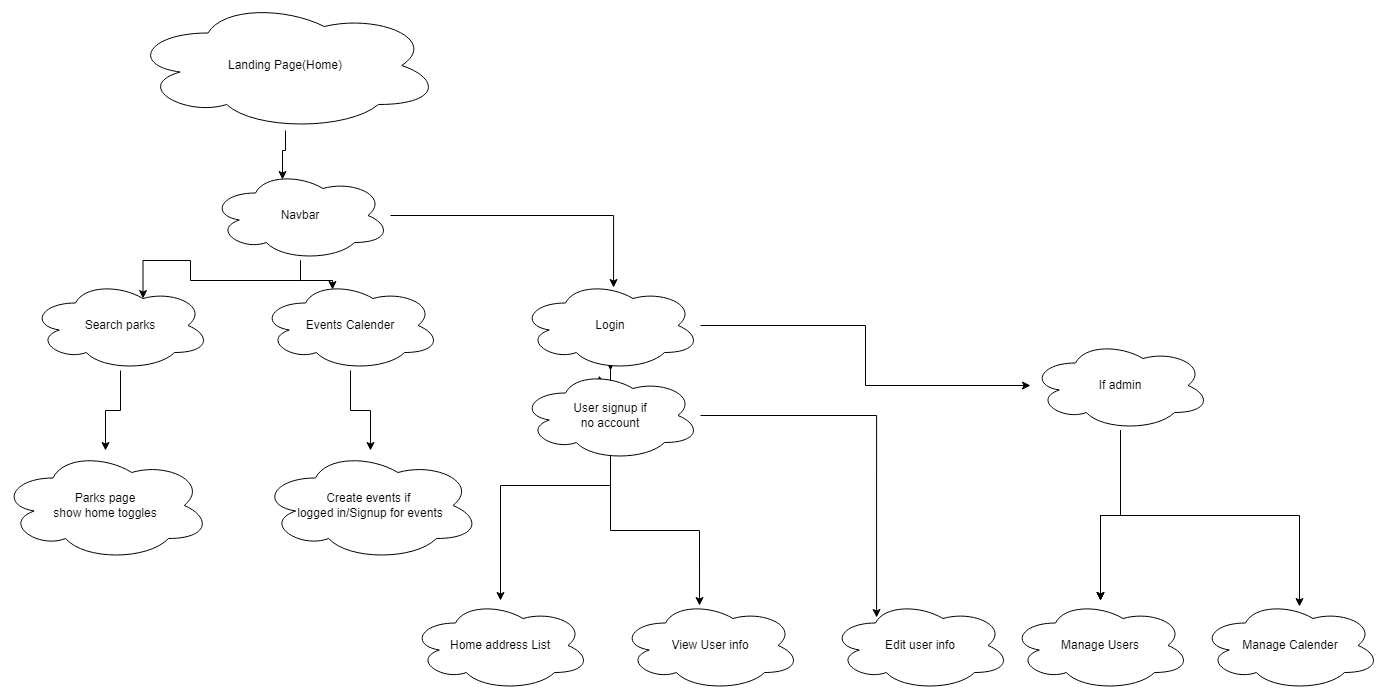
This is assets/ParkPioneer.png from AustinBByrd/ParkPioneer, a draw.io export, as it was before one commit. Source tidied: cells renumbered, new cells last; positions are measured from the earlier drawing's top-left corner, leaving out a move shared by most shapes.
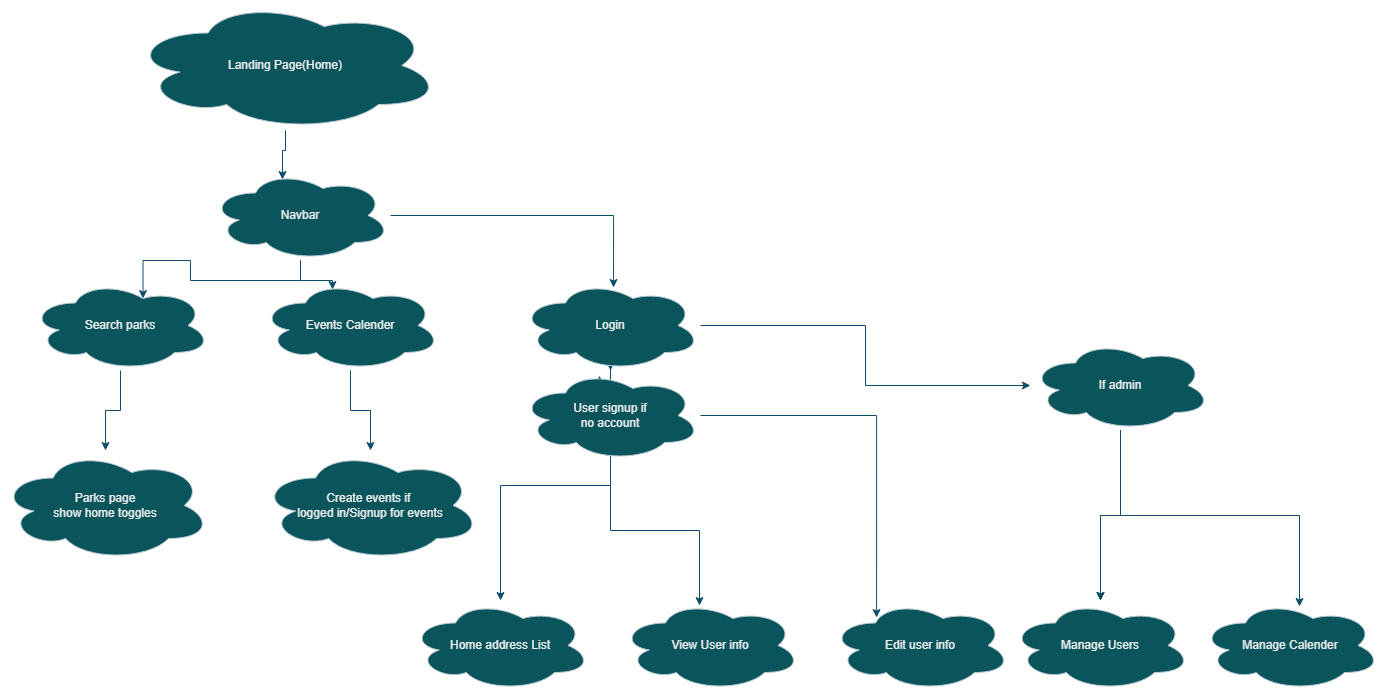
The same diagram one commit later.

Change to the diagram source:
```diff
@@ -2,94 +2,94 @@
   <root>
     <mxCell id="0" />
     <mxCell id="1" parent="0" />
-    <mxCell id="2" value="Landing Page(Home)" style="ellipse;shape=cloud;whiteSpace=wrap;html=1;" parent="1" vertex="1">
+    <mxCell id="2" value="Landing Page(Home)" style="ellipse;shape=cloud;whiteSpace=wrap;html=1;labelBackgroundColor=none;fillColor=#09555B;strokeColor=#BAC8D3;fontColor=#EEEEEE;" parent="1" vertex="1">
       <mxGeometry x="130" width="310" height="130" as="geometry" />
     </mxCell>
-    <mxCell id="3" value="Navbar" style="ellipse;shape=cloud;whiteSpace=wrap;html=1;" parent="1" vertex="1">
+    <mxCell id="3" value="Navbar" style="ellipse;shape=cloud;whiteSpace=wrap;html=1;labelBackgroundColor=none;fillColor=#09555B;strokeColor=#BAC8D3;fontColor=#EEEEEE;" parent="1" vertex="1">
       <mxGeometry x="210" y="170" width="180" height="90" as="geometry" />
     </mxCell>
-    <mxCell id="4" style="edgeStyle=orthogonalEdgeStyle;rounded=0;jettySize=auto;html=1;" parent="1" edge="1" source="5" target="27">
+    <mxCell id="4" style="edgeStyle=orthogonalEdgeStyle;rounded=0;jettySize=auto;html=1;labelBackgroundColor=none;strokeColor=#0B4D6A;fontColor=default;" parent="1" edge="1" source="5" target="27">
       <mxGeometry relative="1" as="geometry" />
     </mxCell>
-    <mxCell id="5" value="Search parks" style="ellipse;shape=cloud;whiteSpace=wrap;html=1;" parent="1" vertex="1">
+    <mxCell id="5" value="Search parks" style="ellipse;shape=cloud;whiteSpace=wrap;html=1;labelBackgroundColor=none;fillColor=#09555B;strokeColor=#BAC8D3;fontColor=#EEEEEE;" parent="1" vertex="1">
       <mxGeometry x="30" y="280" width="180" height="90" as="geometry" />
     </mxCell>
-    <mxCell id="6" style="edgeStyle=orthogonalEdgeStyle;rounded=0;jettySize=auto;html=1;" parent="1" edge="1" source="9" target="10">
+    <mxCell id="6" style="edgeStyle=orthogonalEdgeStyle;rounded=0;jettySize=auto;html=1;labelBackgroundColor=none;strokeColor=#0B4D6A;fontColor=default;" parent="1" edge="1" source="9" target="10">
       <mxGeometry relative="1" as="geometry" />
     </mxCell>
-    <mxCell id="7" style="edgeStyle=orthogonalEdgeStyle;rounded=0;jettySize=auto;html=1;" parent="1" edge="1" source="9" target="23">
+    <mxCell id="7" style="edgeStyle=orthogonalEdgeStyle;rounded=0;jettySize=auto;html=1;labelBackgroundColor=none;strokeColor=#0B4D6A;fontColor=default;" parent="1" edge="1" source="9" target="23">
       <mxGeometry relative="1" as="geometry" />
     </mxCell>
-    <mxCell id="8" style="edgeStyle=orthogonalEdgeStyle;rounded=0;jettySize=auto;html=1;" parent="1" edge="1" source="9" target="30">
+    <mxCell id="8" style="edgeStyle=orthogonalEdgeStyle;rounded=0;jettySize=auto;html=1;labelBackgroundColor=none;strokeColor=#0B4D6A;fontColor=default;" parent="1" edge="1" source="9" target="30">
       <mxGeometry relative="1" as="geometry" />
     </mxCell>
-    <mxCell id="9" value="Login" style="ellipse;shape=cloud;whiteSpace=wrap;html=1;" parent="1" vertex="1">
+    <mxCell id="9" value="Login" style="ellipse;shape=cloud;whiteSpace=wrap;html=1;labelBackgroundColor=none;fillColor=#09555B;strokeColor=#BAC8D3;fontColor=#EEEEEE;" parent="1" vertex="1">
       <mxGeometry x="520" y="280" width="180" height="90" as="geometry" />
     </mxCell>
-    <mxCell id="10" value="Home address List" style="ellipse;shape=cloud;whiteSpace=wrap;html=1;" parent="1" vertex="1">
+    <mxCell id="10" value="Home address List" style="ellipse;shape=cloud;whiteSpace=wrap;html=1;labelBackgroundColor=none;fillColor=#09555B;strokeColor=#BAC8D3;fontColor=#EEEEEE;" parent="1" vertex="1">
       <mxGeometry x="410" y="600" width="180" height="90" as="geometry" />
     </mxCell>
-    <mxCell id="11" value="View User info" style="ellipse;shape=cloud;whiteSpace=wrap;html=1;" parent="1" vertex="1">
+    <mxCell id="11" value="View User info" style="ellipse;shape=cloud;whiteSpace=wrap;html=1;labelBackgroundColor=none;fillColor=#09555B;strokeColor=#BAC8D3;fontColor=#EEEEEE;" parent="1" vertex="1">
       <mxGeometry x="620" y="600" width="180" height="90" as="geometry" />
     </mxCell>
-    <mxCell id="12" value="Edit user info" style="ellipse;shape=cloud;whiteSpace=wrap;html=1;" parent="1" vertex="1">
+    <mxCell id="12" value="Edit user info" style="ellipse;shape=cloud;whiteSpace=wrap;html=1;labelBackgroundColor=none;fillColor=#09555B;strokeColor=#BAC8D3;fontColor=#EEEEEE;" parent="1" vertex="1">
       <mxGeometry x="830" y="600" width="180" height="90" as="geometry" />
     </mxCell>
-    <mxCell id="13" style="edgeStyle=orthogonalEdgeStyle;rounded=0;jettySize=auto;html=1;" parent="1" edge="1" source="14" target="28">
+    <mxCell id="13" style="edgeStyle=orthogonalEdgeStyle;rounded=0;jettySize=auto;html=1;labelBackgroundColor=none;strokeColor=#0B4D6A;fontColor=default;" parent="1" edge="1" source="14" target="28">
       <mxGeometry relative="1" as="geometry" />
     </mxCell>
-    <mxCell id="14" value="Events Calender" style="ellipse;shape=cloud;whiteSpace=wrap;html=1;" parent="1" vertex="1">
+    <mxCell id="14" value="Events Calender" style="ellipse;shape=cloud;whiteSpace=wrap;html=1;labelBackgroundColor=none;fillColor=#09555B;strokeColor=#BAC8D3;fontColor=#EEEEEE;" parent="1" vertex="1">
       <mxGeometry x="260" y="280" width="180" height="90" as="geometry" />
     </mxCell>
-    <mxCell id="15" style="edgeStyle=orthogonalEdgeStyle;rounded=0;jettySize=auto;html=1;entryX=0.4;entryY=0.1;entryDx=0;entryDy=0;entryPerimeter=0;" parent="1" edge="1" source="2" target="3">
+    <mxCell id="15" style="edgeStyle=orthogonalEdgeStyle;rounded=0;jettySize=auto;html=1;entryX=0.4;entryY=0.1;entryDx=0;entryDy=0;entryPerimeter=0;labelBackgroundColor=none;strokeColor=#0B4D6A;fontColor=default;" parent="1" edge="1" source="2" target="3">
       <mxGeometry relative="1" as="geometry" />
     </mxCell>
-    <mxCell id="16" style="edgeStyle=orthogonalEdgeStyle;rounded=0;jettySize=auto;html=1;entryX=0.625;entryY=0.2;entryDx=0;entryDy=0;entryPerimeter=0;" parent="1" edge="1" source="3" target="5">
+    <mxCell id="16" style="edgeStyle=orthogonalEdgeStyle;rounded=0;jettySize=auto;html=1;entryX=0.625;entryY=0.2;entryDx=0;entryDy=0;entryPerimeter=0;labelBackgroundColor=none;strokeColor=#0B4D6A;fontColor=default;" parent="1" edge="1" source="3" target="5">
       <mxGeometry relative="1" as="geometry" />
     </mxCell>
-    <mxCell id="17" style="edgeStyle=orthogonalEdgeStyle;rounded=0;jettySize=auto;html=1;entryX=0.4;entryY=0.1;entryDx=0;entryDy=0;entryPerimeter=0;" parent="1" edge="1" source="3" target="14">
+    <mxCell id="17" style="edgeStyle=orthogonalEdgeStyle;rounded=0;jettySize=auto;html=1;entryX=0.4;entryY=0.1;entryDx=0;entryDy=0;entryPerimeter=0;labelBackgroundColor=none;strokeColor=#0B4D6A;fontColor=default;" parent="1" edge="1" source="3" target="14">
       <mxGeometry relative="1" as="geometry" />
     </mxCell>
-    <mxCell id="18" style="edgeStyle=orthogonalEdgeStyle;rounded=0;jettySize=auto;html=1;entryX=0.517;entryY=0.078;entryDx=0;entryDy=0;entryPerimeter=0;" parent="1" edge="1" source="3" target="9">
+    <mxCell id="18" style="edgeStyle=orthogonalEdgeStyle;rounded=0;jettySize=auto;html=1;entryX=0.517;entryY=0.078;entryDx=0;entryDy=0;entryPerimeter=0;labelBackgroundColor=none;strokeColor=#0B4D6A;fontColor=default;" parent="1" edge="1" source="3" target="9">
       <mxGeometry relative="1" as="geometry" />
     </mxCell>
-    <mxCell id="19" style="edgeStyle=orthogonalEdgeStyle;rounded=0;jettySize=auto;html=1;entryX=0.439;entryY=0.056;entryDx=0;entryDy=0;entryPerimeter=0;" parent="1" edge="1" source="30" target="11">
+    <mxCell id="19" style="edgeStyle=orthogonalEdgeStyle;rounded=0;jettySize=auto;html=1;entryX=0.439;entryY=0.056;entryDx=0;entryDy=0;entryPerimeter=0;labelBackgroundColor=none;strokeColor=#0B4D6A;fontColor=default;" parent="1" edge="1" source="30" target="11">
       <mxGeometry relative="1" as="geometry" />
     </mxCell>
-    <mxCell id="20" style="edgeStyle=orthogonalEdgeStyle;rounded=0;jettySize=auto;html=1;" parent="1" edge="1" source="23" target="24">
+    <mxCell id="20" style="edgeStyle=orthogonalEdgeStyle;rounded=0;jettySize=auto;html=1;labelBackgroundColor=none;strokeColor=#0B4D6A;fontColor=default;" parent="1" edge="1" source="23" target="24">
       <mxGeometry relative="1" as="geometry" />
     </mxCell>
-    <mxCell id="21" style="edgeStyle=orthogonalEdgeStyle;rounded=0;jettySize=auto;html=1;" parent="1" edge="1" source="23" target="24">
+    <mxCell id="21" style="edgeStyle=orthogonalEdgeStyle;rounded=0;jettySize=auto;html=1;labelBackgroundColor=none;strokeColor=#0B4D6A;fontColor=default;" parent="1" edge="1" source="23" target="24">
       <mxGeometry relative="1" as="geometry" />
     </mxCell>
-    <mxCell id="22" style="edgeStyle=orthogonalEdgeStyle;rounded=0;jettySize=auto;html=1;" parent="1" edge="1" source="23" target="24">
+    <mxCell id="22" style="edgeStyle=orthogonalEdgeStyle;rounded=0;jettySize=auto;html=1;labelBackgroundColor=none;strokeColor=#0B4D6A;fontColor=default;" parent="1" edge="1" source="23" target="24">
       <mxGeometry relative="1" as="geometry" />
     </mxCell>
-    <mxCell id="23" value="If admin" style="ellipse;shape=cloud;whiteSpace=wrap;html=1;" parent="1" vertex="1">
+    <mxCell id="23" value="If admin" style="ellipse;shape=cloud;whiteSpace=wrap;html=1;labelBackgroundColor=none;fillColor=#09555B;strokeColor=#BAC8D3;fontColor=#EEEEEE;" parent="1" vertex="1">
       <mxGeometry x="1030" y="340" width="180" height="90" as="geometry" />
     </mxCell>
-    <mxCell id="24" value="Manage Users" style="ellipse;shape=cloud;whiteSpace=wrap;html=1;" parent="1" vertex="1">
+    <mxCell id="24" value="Manage Users" style="ellipse;shape=cloud;whiteSpace=wrap;html=1;labelBackgroundColor=none;fillColor=#09555B;strokeColor=#BAC8D3;fontColor=#EEEEEE;" parent="1" vertex="1">
       <mxGeometry x="1010" y="600" width="180" height="90" as="geometry" />
     </mxCell>
-    <mxCell id="25" value="Manage Calender" style="ellipse;shape=cloud;whiteSpace=wrap;html=1;" parent="1" vertex="1">
+    <mxCell id="25" value="Manage Calender" style="ellipse;shape=cloud;whiteSpace=wrap;html=1;labelBackgroundColor=none;fillColor=#09555B;strokeColor=#BAC8D3;fontColor=#EEEEEE;" parent="1" vertex="1">
       <mxGeometry x="1200" y="600" width="180" height="90" as="geometry" />
     </mxCell>
-    <mxCell id="26" style="edgeStyle=orthogonalEdgeStyle;rounded=0;jettySize=auto;html=1;entryX=0.55;entryY=0.067;entryDx=0;entryDy=0;entryPerimeter=0;" parent="1" edge="1" source="23" target="25">
+    <mxCell id="26" style="edgeStyle=orthogonalEdgeStyle;rounded=0;jettySize=auto;html=1;entryX=0.55;entryY=0.067;entryDx=0;entryDy=0;entryPerimeter=0;labelBackgroundColor=none;strokeColor=#0B4D6A;fontColor=default;" parent="1" edge="1" source="23" target="25">
       <mxGeometry relative="1" as="geometry" />
     </mxCell>
-    <mxCell id="27" value="Parks page&lt;br&gt;show home toggles" style="ellipse;shape=cloud;whiteSpace=wrap;html=1;" parent="1" vertex="1">
+    <mxCell id="27" value="Parks page&lt;br&gt;show home toggles" style="ellipse;shape=cloud;whiteSpace=wrap;html=1;labelBackgroundColor=none;fillColor=#09555B;strokeColor=#BAC8D3;fontColor=#EEEEEE;" parent="1" vertex="1">
       <mxGeometry y="450" width="210" height="110" as="geometry" />
     </mxCell>
-    <mxCell id="28" value="Create events if&amp;nbsp;&lt;br&gt;logged in/Signup for events" style="ellipse;shape=cloud;whiteSpace=wrap;html=1;" parent="1" vertex="1">
+    <mxCell id="28" value="Create events if&amp;nbsp;&lt;br&gt;logged in/Signup for events" style="ellipse;shape=cloud;whiteSpace=wrap;html=1;labelBackgroundColor=none;fillColor=#09555B;strokeColor=#BAC8D3;fontColor=#EEEEEE;" parent="1" vertex="1">
       <mxGeometry x="260" y="450" width="220" height="110" as="geometry" />
     </mxCell>
-    <mxCell id="29" style="edgeStyle=orthogonalEdgeStyle;rounded=0;jettySize=auto;html=1;entryX=0.439;entryY=0.056;entryDx=0;entryDy=0;entryPerimeter=0;" parent="1" edge="1" source="9" target="30">
+    <mxCell id="29" style="edgeStyle=orthogonalEdgeStyle;rounded=0;jettySize=auto;html=1;entryX=0.439;entryY=0.056;entryDx=0;entryDy=0;entryPerimeter=0;labelBackgroundColor=none;strokeColor=#0B4D6A;fontColor=default;" parent="1" edge="1" source="9" target="30">
       <mxGeometry relative="1" as="geometry" />
     </mxCell>
-    <mxCell id="30" value="User signup if&lt;br&gt;no account" style="ellipse;shape=cloud;whiteSpace=wrap;html=1;" parent="1" vertex="1">
+    <mxCell id="30" value="User signup if&lt;br&gt;no account" style="ellipse;shape=cloud;whiteSpace=wrap;html=1;labelBackgroundColor=none;fillColor=#09555B;strokeColor=#BAC8D3;fontColor=#EEEEEE;" parent="1" vertex="1">
       <mxGeometry x="520" y="370" width="180" height="90" as="geometry" />
     </mxCell>
-    <mxCell id="31" style="edgeStyle=orthogonalEdgeStyle;rounded=0;jettySize=auto;html=1;entryX=0.256;entryY=0.189;entryDx=0;entryDy=0;entryPerimeter=0;" parent="1" edge="1" source="30" target="12">
+    <mxCell id="31" style="edgeStyle=orthogonalEdgeStyle;rounded=0;jettySize=auto;html=1;entryX=0.256;entryY=0.189;entryDx=0;entryDy=0;entryPerimeter=0;labelBackgroundColor=none;strokeColor=#0B4D6A;fontColor=default;" parent="1" edge="1" source="30" target="12">
       <mxGeometry relative="1" as="geometry" />
     </mxCell>
   </root>
```
